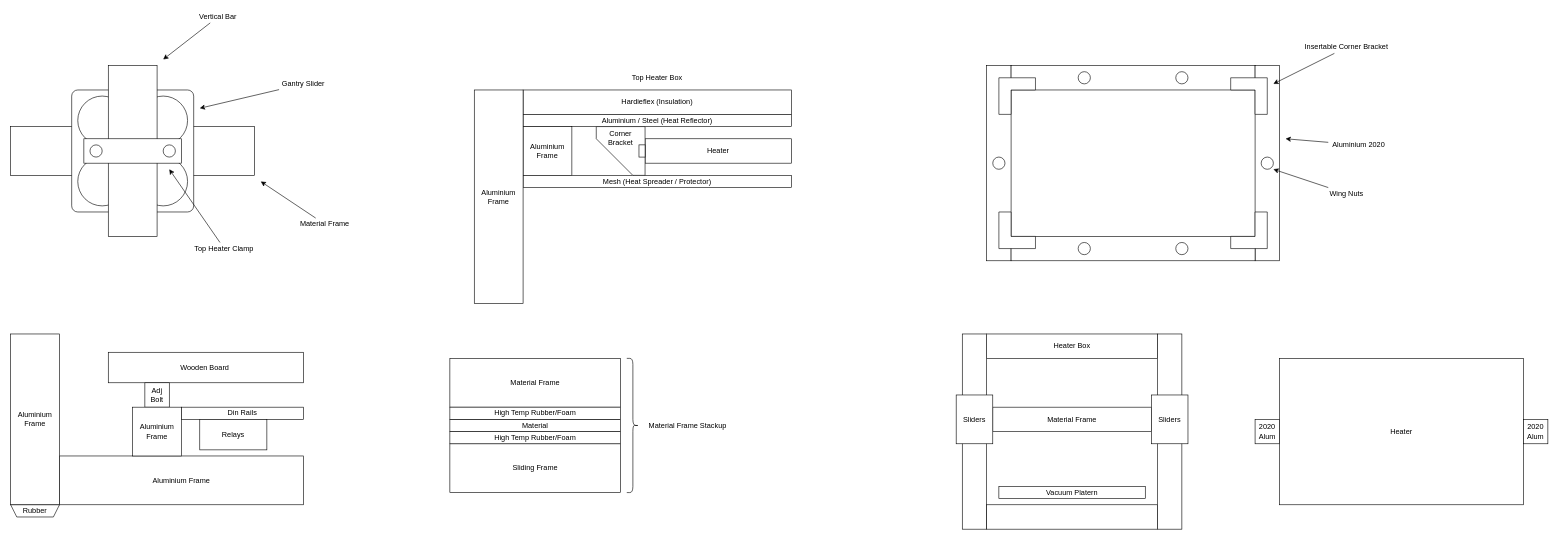
Before: page "Brainstorm" (2 of 3) of Documents/Vacuum Former V5-1.drawio in XCR1793/Vacuum-Former, a draw.io diagram. Source tidied: cells renumbered, new cells numbered last; positions are measured from the earlier drawing's top-left corner, leaving out a move shared by most shapes. Both pictures are drawn from the tidied source at 61%, with x=0, y=0 at pixel (10, 10).
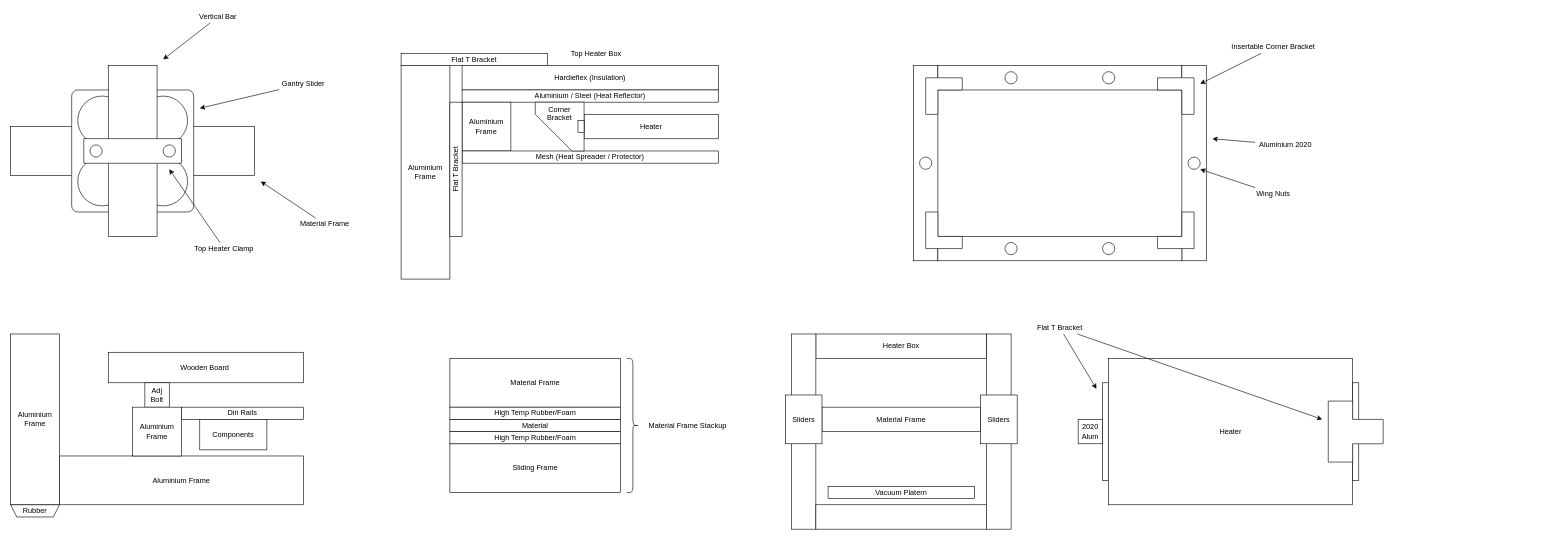
After the change.

Commit message (it also covers changes not shown here):
Added Flat T Brackets for Added Rigidity

Diff of the diagram source:
```diff
@@
     <mxCell id="20" value="Hardieflex (Insulation)" style="rounded=0;whiteSpace=wrap;html=1;" parent="1" vertex="1">
-      <mxGeometry x="840" y="130" width="440" height="40" as="geometry" />
+      <mxGeometry x="740" y="90" width="420" height="40" as="geometry" />
     </mxCell>
     <mxCell id="21" value="Aluminium / Steel (Heat Reflector)" style="rounded=0;whiteSpace=wrap;html=1;" parent="1" vertex="1">
-      <mxGeometry x="840" y="170" width="440" height="20" as="geometry" />
+      <mxGeometry x="740" y="130" width="420" height="20" as="geometry" />
     </mxCell>
     <mxCell id="22" value="Aluminium&lt;div&gt;Frame&lt;/div&gt;" style="rounded=0;whiteSpace=wrap;html=1;" parent="1" vertex="1">
-      <mxGeometry x="840" y="190" width="80" height="80" as="geometry" />
+      <mxGeometry x="740" y="150" width="80" height="80" as="geometry" />
     </mxCell>
     <mxCell id="23" value="Heater" style="rounded=0;whiteSpace=wrap;html=1;" parent="1" vertex="1">
-      <mxGeometry x="1040" y="210" width="240" height="40" as="geometry" />
+      <mxGeometry x="940" y="170" width="220" height="40" as="geometry" />
     </mxCell>
     <mxCell id="24" value="Mesh (Heat Spreader / Protector)" style="rounded=0;whiteSpace=wrap;html=1;" parent="1" vertex="1">
-      <mxGeometry x="840" y="270" width="440" height="20" as="geometry" />
+      <mxGeometry x="740" y="230" width="420" height="20" as="geometry" />
     </mxCell>
     <mxCell id="25" value="Top Heater Box" style="text;html=1;align=center;verticalAlign=middle;whiteSpace=wrap;rounded=0;" parent="1" vertex="1">
-      <mxGeometry x="1000" y="100" width="120" height="20" as="geometry" />
+      <mxGeometry x="900" y="60" width="120" height="20" as="geometry" />
     </mxCell>
     <mxCell id="26" value="Aluminium&lt;div&gt;Frame&lt;/div&gt;" style="rounded=0;whiteSpace=wrap;html=1;" parent="1" vertex="1">
-      <mxGeometry x="760" y="130" width="80" height="350" as="geometry" />
+      <mxGeometry x="640" y="90" width="80" height="350" as="geometry" />
     </mxCell>
     <mxCell id="27" value="Corner&lt;div&gt;Bracket&lt;/div&gt;&lt;div&gt;&lt;br&gt;&lt;/div&gt;&lt;div&gt;&lt;br&gt;&lt;/div&gt;&lt;div&gt;&lt;br&gt;&lt;/div&gt;" style="shape=card;whiteSpace=wrap;html=1;size=60;direction=north;" parent="1" vertex="1">
-      <mxGeometry x="960" y="190" width="80" height="80" as="geometry" />
+      <mxGeometry x="860" y="150" width="80" height="80" as="geometry" />
     </mxCell>
     <mxCell id="28" style="rounded=0;whiteSpace=wrap;html=1;" parent="1" vertex="1">
-      <mxGeometry x="1030" y="220" width="10" height="20" as="geometry" />
+      <mxGeometry x="930" y="180" width="10" height="20" as="geometry" />
     </mxCell>
@@
-    <mxCell id="36" value="Relays" style="rounded=0;whiteSpace=wrap;html=1;" parent="1" vertex="1">
+    <mxCell id="36" value="Components" style="rounded=0;whiteSpace=wrap;html=1;" parent="1" vertex="1">
       <mxGeometry x="310" y="670" width="110" height="50" as="geometry" />
     </mxCell>
@@
     <mxCell id="44" style="rounded=0;whiteSpace=wrap;html=1;" parent="1" vertex="1">
-      <mxGeometry x="1600" y="90" width="40" height="320" as="geometry" />
+      <mxGeometry x="1480" y="90" width="40" height="320" as="geometry" />
     </mxCell>
     <mxCell id="45" style="rounded=0;whiteSpace=wrap;html=1;" parent="1" vertex="1">
-      <mxGeometry x="1640" y="90" width="400" height="40" as="geometry" />
+      <mxGeometry x="1520" y="90" width="400" height="40" as="geometry" />
     </mxCell>
     <mxCell id="46" style="rounded=0;whiteSpace=wrap;html=1;" parent="1" vertex="1">
-      <mxGeometry x="2040" y="90" width="40" height="320" as="geometry" />
+      <mxGeometry x="1920" y="90" width="40" height="320" as="geometry" />
     </mxCell>
     <mxCell id="47" style="rounded=0;whiteSpace=wrap;html=1;" parent="1" vertex="1">
-      <mxGeometry x="1640" y="370" width="400" height="40" as="geometry" />
+      <mxGeometry x="1520" y="370" width="400" height="40" as="geometry" />
     </mxCell>
     <mxCell id="48" style="shape=corner;whiteSpace=wrap;html=1;" parent="1" vertex="1">
-      <mxGeometry x="1620" y="110" width="60" height="60" as="geometry" />
+      <mxGeometry x="1500" y="110" width="60" height="60" as="geometry" />
     </mxCell>
     <mxCell id="49" style="shape=corner;whiteSpace=wrap;html=1;direction=south;" parent="1" vertex="1">
-      <mxGeometry x="2000" y="110" width="60" height="60" as="geometry" />
+      <mxGeometry x="1880" y="110" width="60" height="60" as="geometry" />
     </mxCell>
     <mxCell id="50" style="shape=corner;whiteSpace=wrap;html=1;direction=west;" parent="1" vertex="1">
-      <mxGeometry x="2000" y="330" width="60" height="60" as="geometry" />
+      <mxGeometry x="1880" y="330" width="60" height="60" as="geometry" />
     </mxCell>
     <mxCell id="51" style="shape=corner;whiteSpace=wrap;html=1;direction=north;" parent="1" vertex="1">
-      <mxGeometry x="1620" y="330" width="60" height="60" as="geometry" />
+      <mxGeometry x="1500" y="330" width="60" height="60" as="geometry" />
     </mxCell>
     <mxCell id="52" style="ellipse;whiteSpace=wrap;html=1;" parent="1" vertex="1">
-      <mxGeometry x="1610" y="240" width="20" height="20" as="geometry" />
+      <mxGeometry x="1490" y="240" width="20" height="20" as="geometry" />
     </mxCell>
     <mxCell id="53" style="ellipse;whiteSpace=wrap;html=1;" parent="1" vertex="1">
-      <mxGeometry x="1750" y="100" width="20" height="20" as="geometry" />
+      <mxGeometry x="1630" y="100" width="20" height="20" as="geometry" />
     </mxCell>
     <mxCell id="54" style="ellipse;whiteSpace=wrap;html=1;" parent="1" vertex="1">
-      <mxGeometry x="1910" y="100" width="20" height="20" as="geometry" />
+      <mxGeometry x="1790" y="100" width="20" height="20" as="geometry" />
     </mxCell>
     <mxCell id="55" style="ellipse;whiteSpace=wrap;html=1;" parent="1" vertex="1">
-      <mxGeometry x="2050" y="240" width="20" height="20" as="geometry" />
+      <mxGeometry x="1930" y="240" width="20" height="20" as="geometry" />
     </mxCell>
     <mxCell id="56" style="ellipse;whiteSpace=wrap;html=1;" parent="1" vertex="1">
-      <mxGeometry x="1910" y="380" width="20" height="20" as="geometry" />
+      <mxGeometry x="1790" y="380" width="20" height="20" as="geometry" />
     </mxCell>
     <mxCell id="57" style="ellipse;whiteSpace=wrap;html=1;" parent="1" vertex="1">
-      <mxGeometry x="1750" y="380" width="20" height="20" as="geometry" />
+      <mxGeometry x="1630" y="380" width="20" height="20" as="geometry" />
     </mxCell>
     <mxCell id="58" value="Insertable Corner Bracket" style="text;html=1;align=center;verticalAlign=middle;whiteSpace=wrap;rounded=0;" parent="1" vertex="1">
-      <mxGeometry x="2120" y="50" width="140" height="20" as="geometry" />
+      <mxGeometry x="2000" y="50" width="140" height="20" as="geometry" />
     </mxCell>
     <mxCell id="59" style="endArrow=classic;html=1;rounded=0;" parent="1" edge="1" source="58">
       <mxGeometry relative="1" as="geometry">
-        <mxPoint x="2070" y="120" as="targetPoint" />
+        <mxPoint x="1950" y="120" as="targetPoint" />
       </mxGeometry>
     </mxCell>
     <mxCell id="60" value="Aluminium 2020" style="text;html=1;align=center;verticalAlign=middle;whiteSpace=wrap;rounded=0;" parent="1" vertex="1">
-      <mxGeometry x="2160" y="210" width="100" height="20" as="geometry" />
+      <mxGeometry x="2040" y="210" width="100" height="20" as="geometry" />
     </mxCell>
     <mxCell id="61" style="endArrow=classic;html=1;rounded=0;" parent="1" edge="1" source="60">
       <mxGeometry relative="1" as="geometry">
-        <mxPoint x="2090" y="210" as="targetPoint" />
+        <mxPoint x="1970" y="210" as="targetPoint" />
       </mxGeometry>
     </mxCell>
     <mxCell id="62" value="Wing Nuts" style="text;html=1;align=center;verticalAlign=middle;whiteSpace=wrap;rounded=0;" parent="1" vertex="1">
-      <mxGeometry x="2160" y="290" width="60" height="20" as="geometry" />
+      <mxGeometry x="2040" y="290" width="60" height="20" as="geometry" />
     </mxCell>
     <mxCell id="63" style="endArrow=classic;html=1;rounded=0;" parent="1" edge="1" source="62">
       <mxGeometry relative="1" as="geometry">
-        <mxPoint x="2070" y="260" as="targetPoint" />
+        <mxPoint x="1950" y="260" as="targetPoint" />
       </mxGeometry>
     </mxCell>
     <mxCell id="64" value="Heater Box" style="rounded=0;whiteSpace=wrap;html=1;" parent="1" vertex="1">
-      <mxGeometry x="1600" y="530" width="280" height="40" as="geometry" />
+      <mxGeometry x="1320" y="530" width="280" height="40" as="geometry" />
     </mxCell>
     <mxCell id="65" style="rounded=0;whiteSpace=wrap;html=1;" parent="1" vertex="1">
-      <mxGeometry x="1560" y="530" width="40" height="320" as="geometry" />
+      <mxGeometry x="1280" y="530" width="40" height="320" as="geometry" />
     </mxCell>
     <mxCell id="66" style="rounded=0;whiteSpace=wrap;html=1;" parent="1" vertex="1">
-      <mxGeometry x="1880" y="530" width="40" height="320" as="geometry" />
+      <mxGeometry x="1600" y="530" width="40" height="320" as="geometry" />
     </mxCell>
     <mxCell id="67" value="Material Frame" style="rounded=0;whiteSpace=wrap;html=1;" parent="1" vertex="1">
-      <mxGeometry x="1610" y="650" width="260" height="40" as="geometry" />
+      <mxGeometry x="1330" y="650" width="260" height="40" as="geometry" />
     </mxCell>
     <mxCell id="68" value="Sliders" style="rounded=0;whiteSpace=wrap;html=1;" parent="1" vertex="1">
-      <mxGeometry x="1550" y="630" width="60" height="80" as="geometry" />
+      <mxGeometry x="1270" y="630" width="60" height="80" as="geometry" />
     </mxCell>
     <mxCell id="69" value="Sliders" style="rounded=0;whiteSpace=wrap;html=1;" parent="1" vertex="1">
-      <mxGeometry x="1870" y="630" width="60" height="80" as="geometry" />
+      <mxGeometry x="1590" y="630" width="60" height="80" as="geometry" />
     </mxCell>
     <mxCell id="70" style="rounded=0;whiteSpace=wrap;html=1;" parent="1" vertex="1">
-      <mxGeometry x="1600" y="810" width="280" height="40" as="geometry" />
+      <mxGeometry x="1320" y="810" width="280" height="40" as="geometry" />
     </mxCell>
     <mxCell id="71" value="Vacuum Platern" style="rounded=0;whiteSpace=wrap;html=1;" parent="1" vertex="1">
-      <mxGeometry x="1620" y="780" width="240" height="20" as="geometry" />
+      <mxGeometry x="1340" y="780" width="240" height="20" as="geometry" />
     </mxCell>
     <mxCell id="72" value="Heater" style="rounded=0;whiteSpace=wrap;html=1;" parent="1" vertex="1">
-      <mxGeometry x="2080" y="570" width="400" height="240" as="geometry" />
+      <mxGeometry x="1800" y="570" width="400" height="240" as="geometry" />
     </mxCell>
     <mxCell id="73" value="2020&lt;div&gt;Alum&lt;/div&gt;" style="rounded=0;whiteSpace=wrap;html=1;" parent="1" vertex="1">
-      <mxGeometry x="2040" y="670" width="40" height="40" as="geometry" />
+      <mxGeometry x="1750" y="670" width="40" height="40" as="geometry" />
     </mxCell>
-    <mxCell id="74" value="2020&lt;div&gt;Alum&lt;/div&gt;" style="rounded=0;whiteSpace=wrap;html=1;" parent="1" vertex="1">
-      <mxGeometry x="2480" y="670" width="40" height="40" as="geometry" />
-    </mxCell>
+    <mxCell id="75" style="rounded=0;whiteSpace=wrap;html=1;" parent="1" vertex="1">
+      <mxGeometry x="1790" y="610" width="10" height="160" as="geometry" />
+    </mxCell>
+    <mxCell id="76" style="rounded=0;whiteSpace=wrap;html=1;" parent="1" vertex="1">
+      <mxGeometry x="2200" y="610" width="10" height="160" as="geometry" />
+    </mxCell>
+    <mxCell id="77" value="Flat T Bracket" style="text;html=1;align=center;verticalAlign=middle;whiteSpace=wrap;rounded=0;" parent="1" vertex="1">
+      <mxGeometry x="1680" y="510" width="80" height="20" as="geometry" />
+    </mxCell>
+    <mxCell id="78" style="endArrow=classic;html=1;rounded=0;" parent="1" edge="1" source="77">
+      <mxGeometry relative="1" as="geometry">
+        <mxPoint x="1780" y="620" as="targetPoint" />
+      </mxGeometry>
+    </mxCell>
+    <mxCell id="79" value="Flat T Bracket" style="rounded=0;whiteSpace=wrap;html=1;horizontal=0;" parent="1" vertex="1">
+      <mxGeometry x="720" y="150" width="20" height="220" as="geometry" />
+    </mxCell>
+    <mxCell id="80" value="Flat T Bracket" style="rounded=0;whiteSpace=wrap;html=1;horizontal=1;" parent="1" vertex="1">
+      <mxGeometry x="640" y="70" width="240" height="20" as="geometry" />
+    </mxCell>
+    <mxCell id="81" style="shape=tee;whiteSpace=wrap;html=1;direction=north;dx=40;dy=40;" parent="1" vertex="1">
+      <mxGeometry x="2160" y="640" width="90" height="100" as="geometry" />
+    </mxCell>
+    <mxCell id="82" style="endArrow=classic;html=1;rounded=0;" parent="1" edge="1" source="77">
+      <mxGeometry relative="1" as="geometry">
+        <mxPoint x="2150" y="670" as="targetPoint" />
+      </mxGeometry>
+    </mxCell>
```
